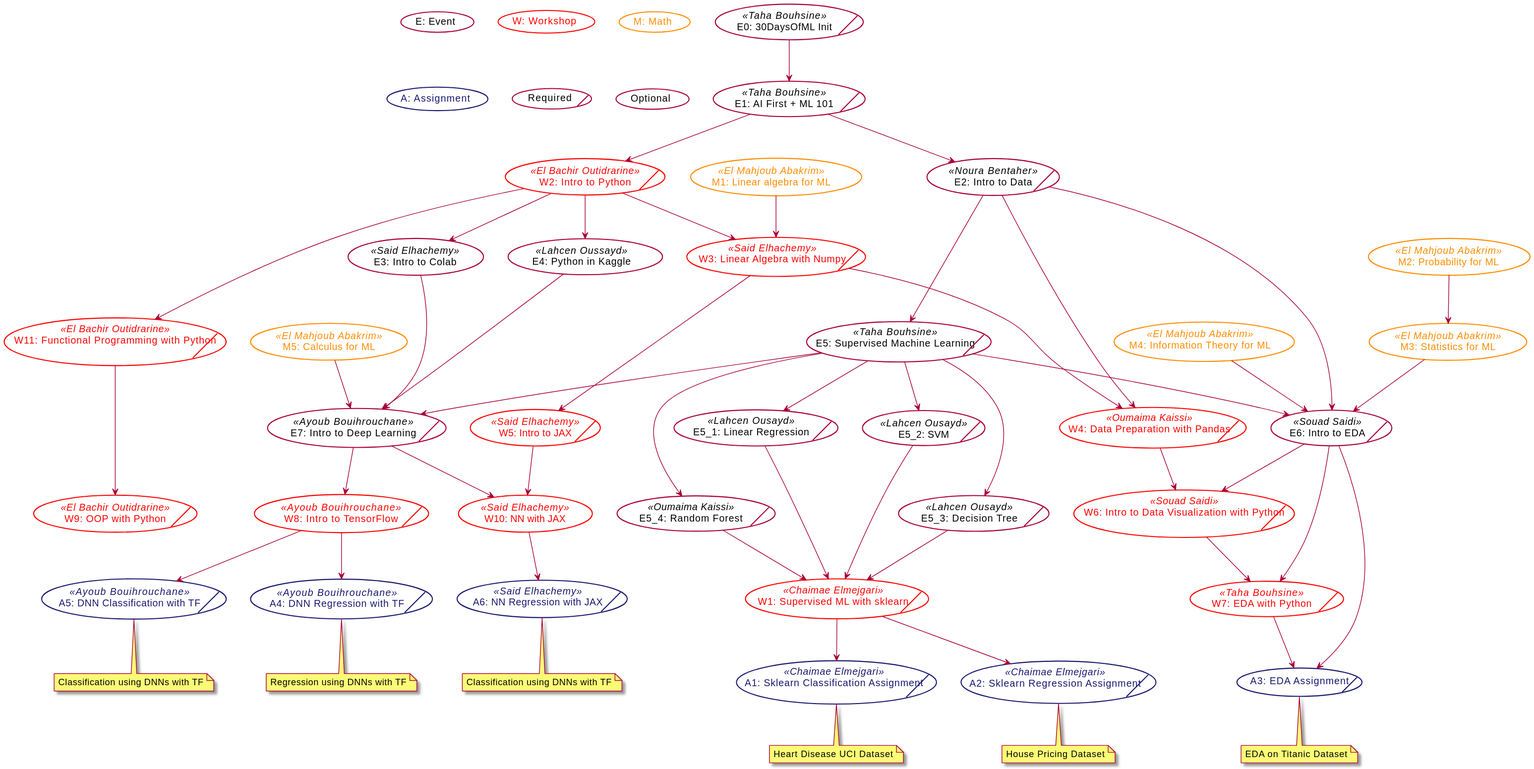
This is docs/out/puml/mlstart/MLStart.svg from gdscuiz/30daysofml, a PlantUML export, as it was before one commit. Source of this version:
```plantuml
@startuml "MLStart"

skinparam usecase {
BackgroundColor transparent
shadowing false
}

(E: Event)
(W: Workshop) #line:red;text:red
(M: Math) #line:darkorange;text:darkorange
(A: Assignment) #line:MidnightBlue;text:MidnightBlue

(E0: 30DaysOfML Init)/ as E0 <<Taha Bouhsine>>
(E1: AI First + ML 101)/ as E1 <<Taha Bouhsine>>

(E2: Intro to Data)/ as E2 <<Noura Bentaher>>
(E3: Intro to Colab) as E3 <<Said Elhachemy>>
(E4: Python in Kaggle) as E4 << Lahcen Oussayd >>
(E5: Supervised Machine Learning)/ as E5 <<Taha Bouhsine>>
(E5_1: Linear Regression)/ as E5_1 <<Lahcen Ousayd>>
(E5_2: SVM)/ as E5_2 <<Lahcen Ousayd>>
(E5_3: Decision Tree)/ as E5_3 <<Lahcen Ousayd>>
(E5_4: Random Forest)/ as E5_4 <<Oumaima Kaissi>>
(E6: Intro to EDA)/ as E6 <<Souad Saidi>>
(E7: Intro to Deep Learning)/ as E7 << Ayoub Bouihrouchane >>




(W1: Supervised ML with sklearn)/ as W1 << Chaimae Elmejgari>> #line:red;text:red
(W2: Intro to Python)/ as W2 <<El Bachir Outidrarine>> #line:red;text:red
(W3: Linear Algebra with Numpy)/ as W3 <<Said Elhachemy>> #line:red;text:red
(W4: Data Preparation with Pandas)/ as W4 <<Oumaima Kaissi>> #line:red;text:red
(W5: Intro to JAX)/ as W5 <<Said Elhachemy>> #line:red;text:red
(W6: Intro to Data Visualization with Python)/ as W6 <<Souad Saidi>> #line:red;text:red
(W7: EDA with Python)/ as W7 <<Taha Bouhsine>> #line:red;text:red
(W8: Intro to TensorFlow)/ as W8 << Ayoub Bouihrouchane >> #line:red;text:red
(W9: OOP with Python)/ as W9 << El Bachir Outidrarine>>#line:red;text:red
(W10: NN with JAX) as W10 <<Said Elhachemy>> #line:red;text:red
(W11: Functional Programming with Python)/ as W11 <<El Bachir Outidrarine>> #line:red;text:red


(M1: Linear algebra for ML) as M1 << El Mahjoub Abakrim >> #line:darkorange;text:darkorange
(M2: Probability for ML) as M2 << El Mahjoub Abakrim >> #line:darkorange;text:darkorange
(M3: Statistics for ML) as M3 << El Mahjoub Abakrim >> #line:darkorange;text:darkorange
(M5: Calculus for ML) as M5 << El Mahjoub Abakrim >> #line:darkorange;text:darkorange
(M4: Information Theory for ML) as M4 << El Mahjoub Abakrim >> #line:darkorange;text:darkorange

(A1: Sklearn Classification Assignment)/ as A1 <<Chaimae Elmejgari>> #line:MidnightBlue;text:MidnightBlue
note bottom [[http://GDSCUIZ.github.io]]
Heart Disease UCI Dataset
end note

(A2: Sklearn Regression Assignment)/ as A2 <<Chaimae Elmejgari>> #line:MidnightBlue;text:MidnightBlue
note bottom [[http://GDSCUIZ.github.io]]
House Pricing Dataset
end note

(A3: EDA Assignment)/ as A3 #line:MidnightBlue;text:MidnightBlue
note bottom [[http://GDSCUIZ.github.io]]
EDA on Titanic Dataset
end note

(A4: DNN Regression with TF)/ as A4 <<Ayoub Bouihrouchane>> #line:MidnightBlue;text:MidnightBlue
note bottom [[http://GDSCUIZ.github.io]]
Regression using DNNs with TF
end note

(A5: DNN Classification with TF)/ as A5 <<Ayoub Bouihrouchane>> #line:MidnightBlue;text:MidnightBlue
note bottom [[http://GDSCUIZ.github.io]]
Classification using DNNs with TF
end note

(A6: NN Regression with JAX)/ as A6 <<Said Elhachemy>> #line:MidnightBlue;text:MidnightBlue
note bottom [[http://GDSCUIZ.github.io]]
Classification using DNNs with TF
end note

M1 --> W3

M2 --> M3

M3 --> E6
M4 --> E6

M5 --> E7

E0 --> E1

E1 --> W2
E1 --> E2

E2 ---> E5
E2 --> W4
E2 ---> E6

E3 --> E7

E4 --> E7

E5 --> E7
E5 --> E6
E5 --> E5_1
E5 --> E5_2
E5 ---> E5_3
E5 ---> E5_4
E5_1 --> W1
E5_2 --> W1
E5_3 --> W1
E5_4 --> W1


E6 --> A3
E6 --> W7
E6 --> W6

E7 --> W8
E7 --> W10


W1 --> A1
W1 --> A2

W2 --> E4
W2 --> E3
W2 --> W3
W2 ---> W11

W3 ---> W4
W3 --> W5

W4 --> W6

W5 --> W10

W6 --> W7

W7 --> A3

W8 --> A4
W8 --> A5

W11 ---> W9

W10 --> A6

(Required)/
(Optional)
@enduml
```
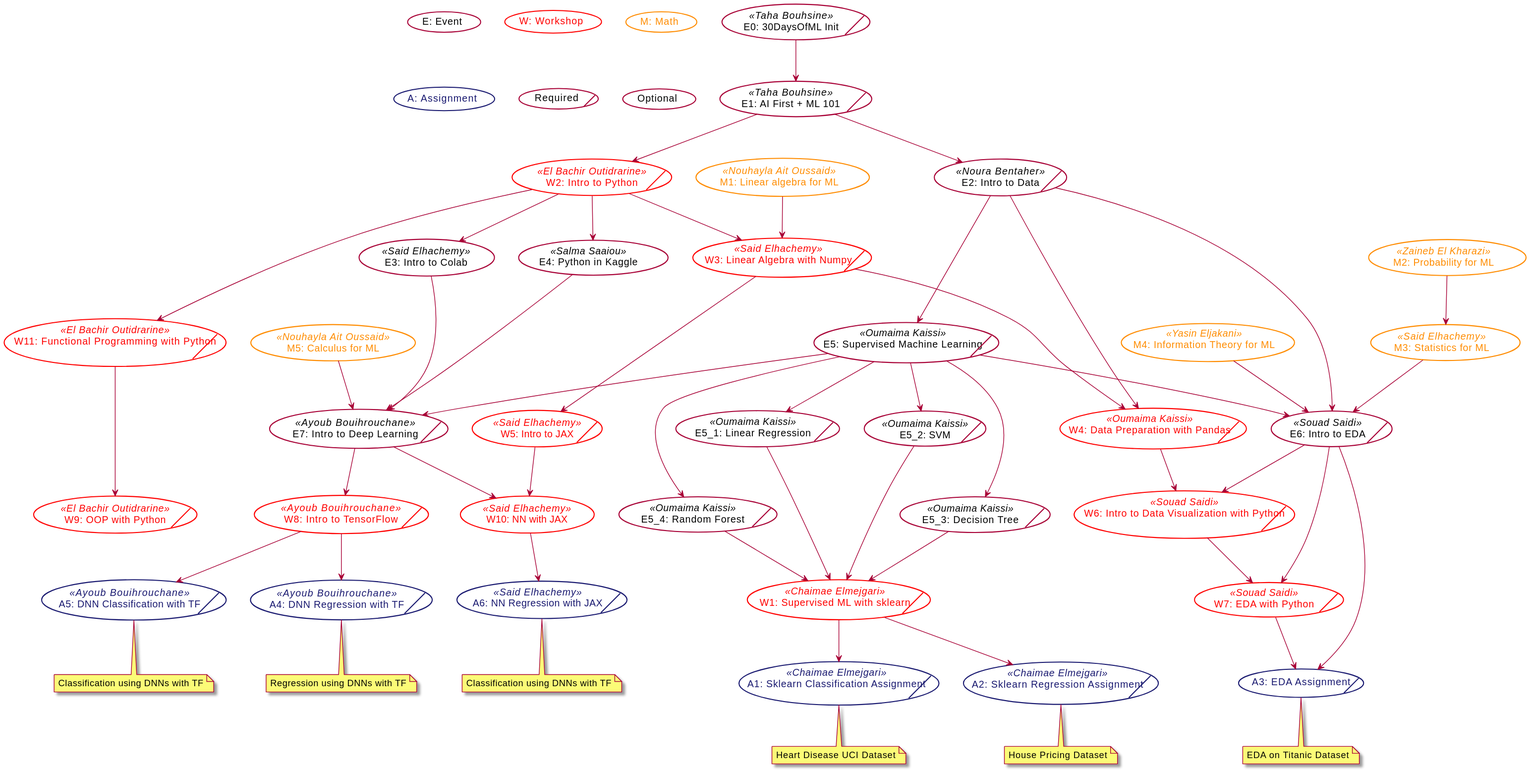
The same diagram one commit later.

Change to the diagram source:
```diff
@@ -15,11 +15,11 @@
 
 (E2: Intro to Data)/ as E2 <<Noura Bentaher>>
 (E3: Intro to Colab) as E3 <<Said Elhachemy>>
-(E4: Python in Kaggle) as E4 << Lahcen Oussayd >>
-(E5: Supervised Machine Learning)/ as E5 <<Taha Bouhsine>>
-(E5_1: Linear Regression)/ as E5_1 <<Lahcen Ousayd>>
-(E5_2: SVM)/ as E5_2 <<Lahcen Ousayd>>
-(E5_3: Decision Tree)/ as E5_3 <<Lahcen Ousayd>>
+(E4: Python in Kaggle) as E4 << Salma Saaiou >>
+(E5: Supervised Machine Learning)/ as E5 <<Oumaima Kaissi>>
+(E5_1: Linear Regression)/ as E5_1 <<Oumaima Kaissi>>
+(E5_2: SVM)/ as E5_2 <<Oumaima Kaissi>>
+(E5_3: Decision Tree)/ as E5_3 <<Oumaima Kaissi>>
 (E5_4: Random Forest)/ as E5_4 <<Oumaima Kaissi>>
 (E6: Intro to EDA)/ as E6 <<Souad Saidi>>
 (E7: Intro to Deep Learning)/ as E7 << Ayoub Bouihrouchane >>
@@ -33,18 +33,18 @@
 (W4: Data Preparation with Pandas)/ as W4 <<Oumaima Kaissi>> #line:red;text:red
 (W5: Intro to JAX)/ as W5 <<Said Elhachemy>> #line:red;text:red
 (W6: Intro to Data Visualization with Python)/ as W6 <<Souad Saidi>> #line:red;text:red
-(W7: EDA with Python)/ as W7 <<Taha Bouhsine>> #line:red;text:red
+(W7: EDA with Python)/ as W7 <<Souad Saidi>> #line:red;text:red
 (W8: Intro to TensorFlow)/ as W8 << Ayoub Bouihrouchane >> #line:red;text:red
 (W9: OOP with Python)/ as W9 << El Bachir Outidrarine>>#line:red;text:red
 (W10: NN with JAX) as W10 <<Said Elhachemy>> #line:red;text:red
 (W11: Functional Programming with Python)/ as W11 <<El Bachir Outidrarine>> #line:red;text:red
 
 
-(M1: Linear algebra for ML) as M1 << El Mahjoub Abakrim >> #line:darkorange;text:darkorange
-(M2: Probability for ML) as M2 << El Mahjoub Abakrim >> #line:darkorange;text:darkorange
-(M3: Statistics for ML) as M3 << El Mahjoub Abakrim >> #line:darkorange;text:darkorange
-(M5: Calculus for ML) as M5 << El Mahjoub Abakrim >> #line:darkorange;text:darkorange
-(M4: Information Theory for ML) as M4 << El Mahjoub Abakrim >> #line:darkorange;text:darkorange
+(M1: Linear algebra for ML) as M1 << Nouhayla Ait Oussaid >> #line:darkorange;text:darkorange
+(M2: Probability for ML) as M2 << Zaineb El Kharazi >> #line:darkorange;text:darkorange
+(M3: Statistics for ML) as M3 << Said Elhachemy >> #line:darkorange;text:darkorange
+(M5: Calculus for ML) as M5 << Nouhayla Ait Oussaid >> #line:darkorange;text:darkorange
+(M4: Information Theory for ML) as M4 << Yasin Eljakani >> #line:darkorange;text:darkorange
 
 (A1: Sklearn Classification Assignment)/ as A1 <<Chaimae Elmejgari>> #line:MidnightBlue;text:MidnightBlue
 note bottom [[http://GDSCUIZ.github.io]]
```
